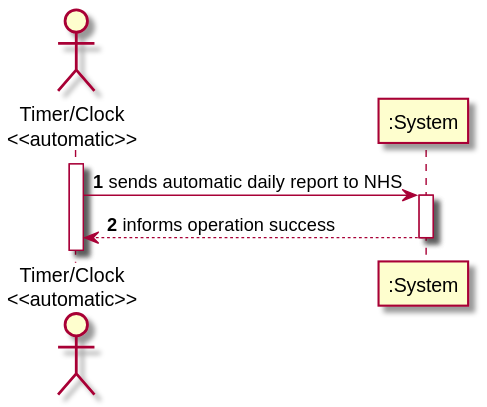
This is docs/SprintD/US_19/US19_SSD.svg from ana-albergaria/LAPR2-ISEP, a PlantUML export, as it was before one commit.
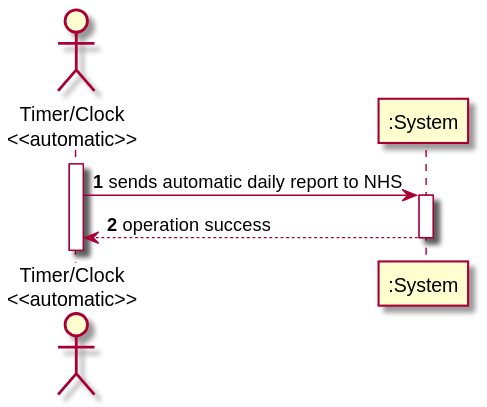
The same diagram one commit later.

Diff of the diagram source:
```diff
@@ -7,7 +7,7 @@
 
 activate ":System"
 
-":System" --> T : informs operation success
+":System" --> T : operation success
 
 deactivate ":System"
 
```
